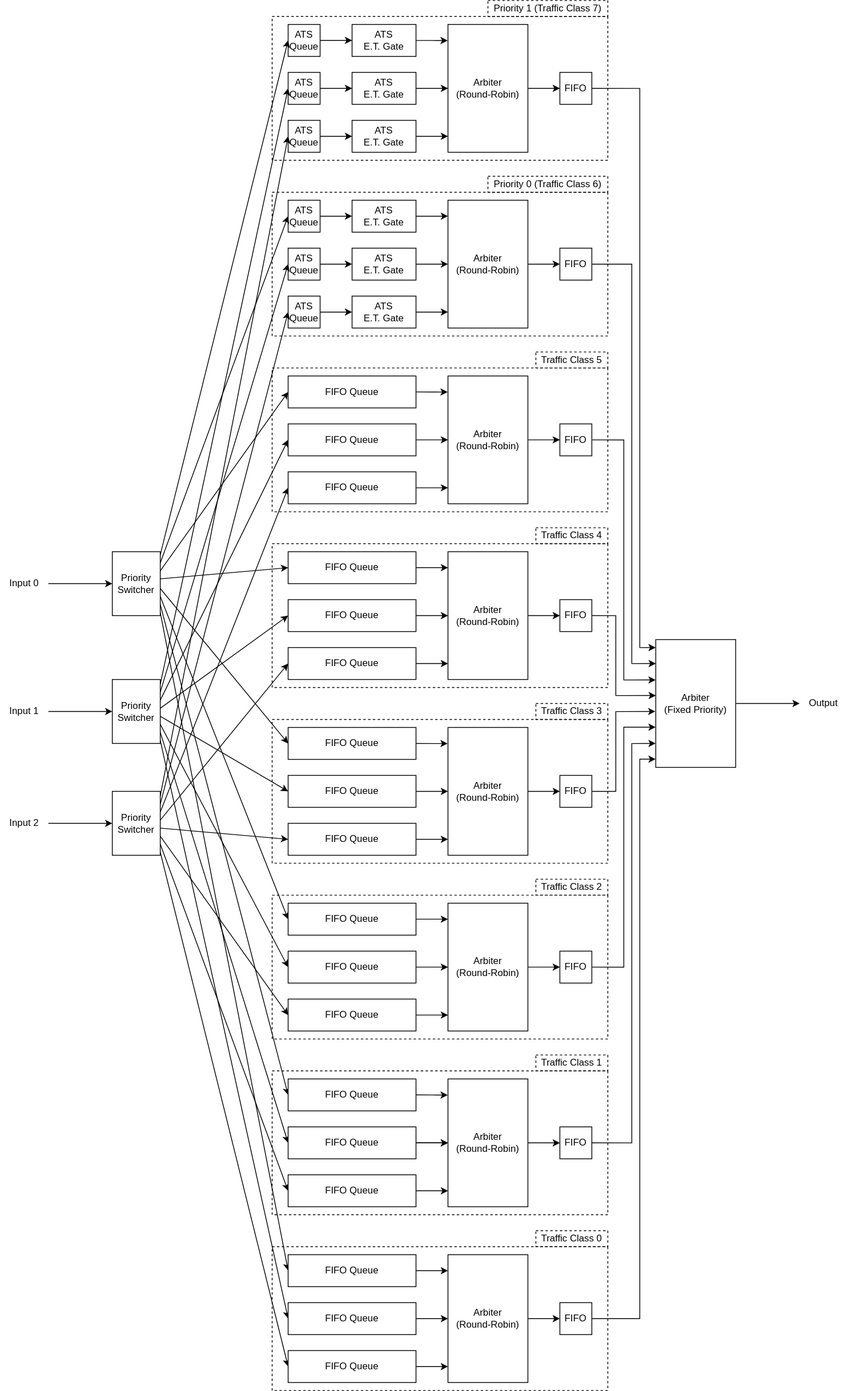
Earlier version of the draw.io export docs/ats-switch/blocks/img/ats_block_overview.drawio.svg (CCIRT/aist-tsn-switch). Source tidied: cells renumbered, new cells last; positions are measured from the earlier drawing's top-left corner, leaving out a move shared by most shapes.
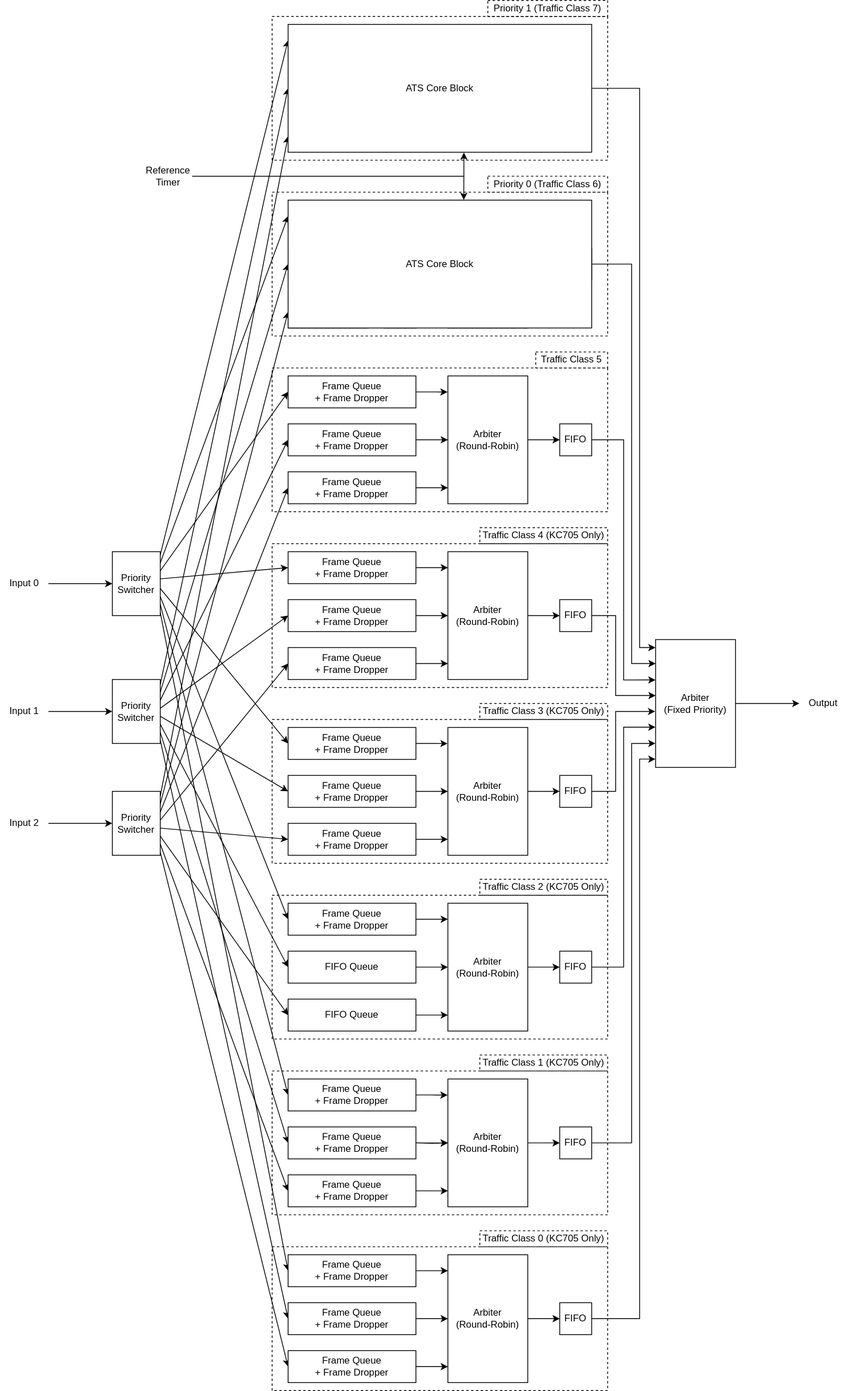
After the change.

What changed in the source:
```diff
@@ -106,7 +106,7 @@
     </mxCell>
-    <mxCell id="29" value="Traffic Class 4" style="rounded=0;whiteSpace=wrap;html=1;fillColor=none;dashed=1;" parent="1" vertex="1">
-      <mxGeometry x="670" y="660" width="90" height="20" as="geometry" />
+    <mxCell id="29" value="Traffic Class 4 (KC705 Only)" style="rounded=0;whiteSpace=wrap;html=1;fillColor=none;dashed=1;" parent="1" vertex="1">
+      <mxGeometry x="600" y="660" width="160" height="20" as="geometry" />
     </mxCell>
-    <mxCell id="30" value="Traffic Class 3" style="rounded=0;whiteSpace=wrap;html=1;fillColor=none;dashed=1;" parent="1" vertex="1">
-      <mxGeometry x="670" y="880" width="90" height="20" as="geometry" />
+    <mxCell id="30" value="Traffic Class 3 (KC705 Only)" style="rounded=0;whiteSpace=wrap;html=1;fillColor=none;dashed=1;" parent="1" vertex="1">
+      <mxGeometry x="600" y="880" width="160" height="20" as="geometry" />
     </mxCell>
@@ -138,7 +138,7 @@
     </mxCell>
-    <mxCell id="39" value="Traffic Class 2" style="rounded=0;whiteSpace=wrap;html=1;fillColor=none;dashed=1;" parent="1" vertex="1">
-      <mxGeometry x="670" y="1100" width="90" height="20" as="geometry" />
+    <mxCell id="39" value="Traffic Class 2 (KC705 Only)" style="rounded=0;whiteSpace=wrap;html=1;fillColor=none;dashed=1;" parent="1" vertex="1">
+      <mxGeometry x="600" y="1100" width="160" height="20" as="geometry" />
     </mxCell>
-    <mxCell id="40" value="Traffic Class 1" style="rounded=0;whiteSpace=wrap;html=1;fillColor=none;dashed=1;" parent="1" vertex="1">
-      <mxGeometry x="670" y="1320" width="90" height="20" as="geometry" />
+    <mxCell id="40" value="Traffic Class 1 (KC705 Only)" style="rounded=0;whiteSpace=wrap;html=1;fillColor=none;dashed=1;" parent="1" vertex="1">
+      <mxGeometry x="600" y="1320" width="160" height="20" as="geometry" />
     </mxCell>
@@ -153,38 +153,2 @@
     </mxCell>
-    <mxCell id="44" style="edgeStyle=orthogonalEdgeStyle;rounded=0;html=1;entryX=-0.004;entryY=0.126;entryDx=0;entryDy=0;entryPerimeter=0;" parent="1" edge="1" source="45" target="57">
-      <mxGeometry relative="1" as="geometry" />
-    </mxCell>
-    <mxCell id="45" value="ATS&lt;br&gt;E.T. Gate" style="rounded=0;whiteSpace=wrap;html=1;" parent="1" vertex="1">
-      <mxGeometry x="440" y="30" width="80" height="40" as="geometry" />
-    </mxCell>
-    <mxCell id="46" style="edgeStyle=orthogonalEdgeStyle;rounded=0;html=1;entryX=0;entryY=0.5;entryDx=0;entryDy=0;" parent="1" edge="1" source="47" target="57">
-      <mxGeometry relative="1" as="geometry" />
-    </mxCell>
-    <mxCell id="47" value="ATS&lt;br style=&quot;border-color: var(--border-color);&quot;&gt;E.T. Gate" style="rounded=0;whiteSpace=wrap;html=1;" parent="1" vertex="1">
-      <mxGeometry x="440" y="90" width="80" height="40" as="geometry" />
-    </mxCell>
-    <mxCell id="48" style="edgeStyle=orthogonalEdgeStyle;rounded=0;html=1;entryX=0;entryY=0.875;entryDx=0;entryDy=0;entryPerimeter=0;" parent="1" edge="1" source="49" target="57">
-      <mxGeometry relative="1" as="geometry" />
-    </mxCell>
-    <mxCell id="49" value="ATS&lt;br style=&quot;border-color: var(--border-color);&quot;&gt;E.T. Gate" style="rounded=0;whiteSpace=wrap;html=1;" parent="1" vertex="1">
-      <mxGeometry x="440" y="150" width="80" height="40" as="geometry" />
-    </mxCell>
-    <mxCell id="50" style="edgeStyle=none;html=1;" parent="1" edge="1" source="51" target="45">
-      <mxGeometry relative="1" as="geometry" />
-    </mxCell>
-    <mxCell id="51" value="ATS Queue" style="rounded=0;whiteSpace=wrap;html=1;" parent="1" vertex="1">
-      <mxGeometry x="360" y="30" width="40" height="40" as="geometry" />
-    </mxCell>
-    <mxCell id="52" style="edgeStyle=none;html=1;entryX=0;entryY=0.5;entryDx=0;entryDy=0;" parent="1" edge="1" source="53" target="47">
-      <mxGeometry relative="1" as="geometry" />
-    </mxCell>
-    <mxCell id="53" value="ATS Queue" style="rounded=0;whiteSpace=wrap;html=1;" parent="1" vertex="1">
-      <mxGeometry x="360" y="90" width="40" height="40" as="geometry" />
-    </mxCell>
-    <mxCell id="54" style="edgeStyle=none;html=1;entryX=0;entryY=0.5;entryDx=0;entryDy=0;" parent="1" edge="1" source="55" target="49">
-      <mxGeometry relative="1" as="geometry" />
-    </mxCell>
-    <mxCell id="55" value="ATS Queue" style="rounded=0;whiteSpace=wrap;html=1;" parent="1" vertex="1">
-      <mxGeometry x="360" y="150" width="40" height="40" as="geometry" />
-    </mxCell>
     <mxCell id="56" value="Arbiter&lt;br&gt;(Round-Robin)" style="rounded=0;whiteSpace=wrap;html=1;" parent="1" vertex="1">
@@ -192,7 +156,4 @@
     </mxCell>
-    <mxCell id="57" value="Arbiter&lt;br&gt;(Round-Robin)" style="rounded=0;whiteSpace=wrap;html=1;" parent="1" vertex="1">
-      <mxGeometry x="560" y="30" width="100" height="160" as="geometry" />
-    </mxCell>
-    <mxCell id="58" value="Traffic Class 0" style="rounded=0;whiteSpace=wrap;html=1;fillColor=none;dashed=1;" parent="1" vertex="1">
-      <mxGeometry x="670" y="1540" width="90" height="20" as="geometry" />
+    <mxCell id="58" value="Traffic Class 0 (KC705 Only)" style="rounded=0;whiteSpace=wrap;html=1;fillColor=none;dashed=1;" parent="1" vertex="1">
+      <mxGeometry x="600" y="1540" width="160" height="20" as="geometry" />
     </mxCell>
@@ -204,4 +165,4 @@
     </mxCell>
-    <mxCell id="61" value="ATS Queue" style="rounded=0;whiteSpace=wrap;html=1;" parent="1" vertex="1">
-      <mxGeometry x="360" y="250" width="40" height="40" as="geometry" />
+    <mxCell id="61" value="&lt;span style=&quot;color: rgb(0, 0, 0);&quot;&gt;Scheduler&lt;/span&gt;&lt;div&gt;(KC705 only)&lt;/div&gt;" style="rounded=0;whiteSpace=wrap;html=1;" parent="1" vertex="1">
+      <mxGeometry x="360" y="250" width="100" height="40" as="geometry" />
     </mxCell>
@@ -210,4 +171,4 @@
     </mxCell>
-    <mxCell id="63" value="ATS Queue" style="rounded=0;whiteSpace=wrap;html=1;" parent="1" vertex="1">
-      <mxGeometry x="360" y="310" width="40" height="40" as="geometry" />
+    <mxCell id="63" value="&lt;span style=&quot;color: rgb(0, 0, 0);&quot;&gt;Scheduler&lt;/span&gt;&lt;div&gt;(KC705 only)&lt;/div&gt;" style="rounded=0;whiteSpace=wrap;html=1;" parent="1" vertex="1">
+      <mxGeometry x="360" y="310" width="100" height="40" as="geometry" />
     </mxCell>
@@ -216,4 +177,4 @@
     </mxCell>
-    <mxCell id="65" value="ATS&lt;br style=&quot;border-color: var(--border-color);&quot;&gt;E.T. Gate" style="rounded=0;whiteSpace=wrap;html=1;" parent="1" vertex="1">
-      <mxGeometry x="440" y="250" width="80" height="40" as="geometry" />
+    <mxCell id="65" value="ATS&lt;br&gt;Queue" style="rounded=0;whiteSpace=wrap;html=1;" parent="1" vertex="1">
+      <mxGeometry x="480" y="250" width="40" height="40" as="geometry" />
     </mxCell>
@@ -222,4 +183,4 @@
     </mxCell>
-    <mxCell id="67" value="ATS&lt;br style=&quot;border-color: var(--border-color);&quot;&gt;E.T. Gate" style="rounded=0;whiteSpace=wrap;html=1;" parent="1" vertex="1">
-      <mxGeometry x="440" y="310" width="80" height="40" as="geometry" />
+    <mxCell id="67" value="ATS&lt;br&gt;Queue" style="rounded=0;whiteSpace=wrap;html=1;" parent="1" vertex="1">
+      <mxGeometry x="480" y="310" width="40" height="40" as="geometry" />
     </mxCell>
@@ -228,4 +189,4 @@
     </mxCell>
-    <mxCell id="69" value="ATS&lt;br style=&quot;border-color: var(--border-color);&quot;&gt;E.T. Gate" style="rounded=0;whiteSpace=wrap;html=1;" parent="1" vertex="1">
-      <mxGeometry x="440" y="370" width="80" height="40" as="geometry" />
+    <mxCell id="69" value="ATS&lt;div&gt;Queue&lt;/div&gt;" style="rounded=0;whiteSpace=wrap;html=1;" parent="1" vertex="1">
+      <mxGeometry x="480" y="370" width="40" height="40" as="geometry" />
     </mxCell>
@@ -243,6 +204,6 @@
     </mxCell>
-    <mxCell id="74" value="ATS Queue" style="rounded=0;whiteSpace=wrap;html=1;" parent="1" vertex="1">
-      <mxGeometry x="360" y="370" width="40" height="40" as="geometry" />
+    <mxCell id="74" value="&lt;span style=&quot;color: rgb(0, 0, 0);&quot;&gt;Scheduler&lt;/span&gt;&lt;div&gt;(KC705 only)&lt;/div&gt;" style="rounded=0;whiteSpace=wrap;html=1;" parent="1" vertex="1">
+      <mxGeometry x="360" y="370" width="100" height="40" as="geometry" />
     </mxCell>
-    <mxCell id="75" value="Arbiter&lt;br&gt;(Round-Robin)" style="rounded=0;whiteSpace=wrap;html=1;" parent="1" vertex="1">
+    <mxCell id="75" value="&lt;div&gt;KC705:&amp;nbsp;&lt;/div&gt;Arbiter&lt;br&gt;(Minimum ET)&lt;div&gt;/&lt;/div&gt;&lt;div&gt;ZedBoard:&lt;/div&gt;&lt;div&gt;&lt;span style=&quot;color: rgb(0, 0, 0);&quot;&gt;Arbiter&lt;/span&gt;&lt;br&gt;&lt;span style=&quot;color: rgb(0, 0, 0);&quot;&gt;(Round-Robin)&lt;/span&gt;&lt;/div&gt;&lt;div&gt;&lt;br style=&quot;color: rgb(63, 63, 63);&quot;&gt;&lt;/div&gt;" style="rounded=0;whiteSpace=wrap;html=1;" parent="1" vertex="1">
       <mxGeometry x="560" y="250" width="100" height="160" as="geometry" />
@@ -333,5 +294,6 @@
     </mxCell>
-    <mxCell id="94" style="endArrow=classic;html=1;entryX=0;entryY=0.5;entryDx=0;entryDy=0;" parent="1" edge="1" target="53">
+    <mxCell id="94" style="endArrow=classic;html=1;entryX=0;entryY=0.5;entryDx=0;entryDy=0;" parent="1" edge="1">
       <mxGeometry relative="1" as="geometry">
         <mxPoint x="200" y="856" as="sourcePoint" />
+        <mxPoint x="360" y="110" as="targetPoint" />
       </mxGeometry>
@@ -353,10 +315,12 @@
     </mxCell>
-    <mxCell id="98" style="endArrow=classic;html=1;entryX=0;entryY=0.5;entryDx=0;entryDy=0;" parent="1" edge="1" target="55">
+    <mxCell id="98" style="endArrow=classic;html=1;entryX=0;entryY=0.5;entryDx=0;entryDy=0;" parent="1" edge="1">
       <mxGeometry relative="1" as="geometry">
         <mxPoint x="200" y="996" as="sourcePoint" />
+        <mxPoint x="360" y="170" as="targetPoint" />
       </mxGeometry>
     </mxCell>
-    <mxCell id="99" style="endArrow=classic;html=1;entryX=0;entryY=0.5;entryDx=0;entryDy=0;" parent="1" edge="1" target="51">
+    <mxCell id="99" style="endArrow=classic;html=1;entryX=0;entryY=0.5;entryDx=0;entryDy=0;" parent="1" edge="1">
       <mxGeometry relative="1" as="geometry">
         <mxPoint x="200" y="694" as="sourcePoint" />
+        <mxPoint x="360" y="50" as="targetPoint" />
       </mxGeometry>
@@ -378,4 +342,5 @@
     </mxCell>
-    <mxCell id="103" style="edgeStyle=orthogonalEdgeStyle;html=1;rounded=0;exitX=1;exitY=0.5;exitDx=0;exitDy=0;entryX=-0.002;entryY=0.125;entryDx=0;entryDy=0;entryPerimeter=0;" parent="1" edge="1" source="125">
+    <mxCell id="103" style="edgeStyle=orthogonalEdgeStyle;html=1;rounded=0;exitX=1;exitY=0.5;exitDx=0;exitDy=0;entryX=-0.002;entryY=0.125;entryDx=0;entryDy=0;entryPerimeter=0;" parent="1" edge="1">
       <mxGeometry relative="1" as="geometry">
+        <mxPoint x="740" y="110" as="sourcePoint" />
         <mxPoint x="819.8" y="810" as="targetPoint" />
@@ -456,5 +421,2 @@
     </mxCell>
-    <mxCell id="117" style="edgeStyle=none;html=1;entryX=0;entryY=0.5;entryDx=0;entryDy=0;exitX=1;exitY=0.5;exitDx=0;exitDy=0;" parent="1" edge="1" source="57" target="125">
-      <mxGeometry relative="1" as="geometry" />
-    </mxCell>
     <mxCell id="118" style="edgeStyle=none;html=1;entryX=0;entryY=0.5;entryDx=0;entryDy=0;exitX=1;exitY=0.5;exitDx=0;exitDy=0;" parent="1" edge="1" source="75" target="126">
@@ -480,5 +442,2 @@
     </mxCell>
-    <mxCell id="125" value="FIFO" style="rounded=0;whiteSpace=wrap;html=1;" parent="1" vertex="1">
-      <mxGeometry x="700" y="90" width="40" height="40" as="geometry" />
-    </mxCell>
     <mxCell id="126" value="FIFO" style="rounded=0;whiteSpace=wrap;html=1;" parent="1" vertex="1">
@@ -489,21 +448,21 @@
     </mxCell>
-    <mxCell id="128" value="FIFO Queue" style="rounded=0;whiteSpace=wrap;html=1;" parent="1" vertex="1">
+    <mxCell id="128" value="&lt;span style=&quot;color: rgb(0, 0, 0);&quot;&gt;Frame Queue&lt;/span&gt;&lt;br&gt;&lt;span style=&quot;color: rgb(0, 0, 0);&quot;&gt;+ Frame Dropper&lt;/span&gt;" style="rounded=0;whiteSpace=wrap;html=1;" parent="1" vertex="1">
       <mxGeometry x="360" y="690" width="160" height="40" as="geometry" />
     </mxCell>
-    <mxCell id="129" value="FIFO Queue" style="rounded=0;whiteSpace=wrap;html=1;" parent="1" vertex="1">
+    <mxCell id="129" value="&lt;span style=&quot;color: rgb(0, 0, 0);&quot;&gt;Frame Queue&lt;/span&gt;&lt;br&gt;&lt;span style=&quot;color: rgb(0, 0, 0);&quot;&gt;+ Frame Dropper&lt;/span&gt;" style="rounded=0;whiteSpace=wrap;html=1;" parent="1" vertex="1">
       <mxGeometry x="360" y="750" width="160" height="40" as="geometry" />
     </mxCell>
-    <mxCell id="130" value="FIFO Queue" style="rounded=0;whiteSpace=wrap;html=1;" parent="1" vertex="1">
+    <mxCell id="130" value="&lt;span style=&quot;color: rgb(0, 0, 0);&quot;&gt;Frame Queue&lt;/span&gt;&lt;br&gt;&lt;span style=&quot;color: rgb(0, 0, 0);&quot;&gt;+ Frame Dropper&lt;/span&gt;" style="rounded=0;whiteSpace=wrap;html=1;" parent="1" vertex="1">
       <mxGeometry x="360" y="810" width="160" height="40" as="geometry" />
     </mxCell>
-    <mxCell id="131" value="FIFO Queue" style="rounded=0;whiteSpace=wrap;html=1;" parent="1" vertex="1">
+    <mxCell id="131" value="&lt;span style=&quot;color: rgb(0, 0, 0);&quot;&gt;Frame Queue&lt;/span&gt;&lt;br&gt;&lt;span style=&quot;color: rgb(0, 0, 0);&quot;&gt;+ Frame Dropper&lt;/span&gt;" style="rounded=0;whiteSpace=wrap;html=1;" parent="1" vertex="1">
       <mxGeometry x="360" y="910" width="160" height="40" as="geometry" />
     </mxCell>
-    <mxCell id="132" value="FIFO Queue" style="rounded=0;whiteSpace=wrap;html=1;" parent="1" vertex="1">
+    <mxCell id="132" value="&lt;span style=&quot;color: rgb(0, 0, 0);&quot;&gt;Frame Queue&lt;/span&gt;&lt;br&gt;&lt;span style=&quot;color: rgb(0, 0, 0);&quot;&gt;+ Frame Dropper&lt;/span&gt;" style="rounded=0;whiteSpace=wrap;html=1;" parent="1" vertex="1">
       <mxGeometry x="360" y="970" width="160" height="40" as="geometry" />
     </mxCell>
-    <mxCell id="133" value="FIFO Queue" style="rounded=0;whiteSpace=wrap;html=1;" parent="1" vertex="1">
+    <mxCell id="133" value="&lt;span style=&quot;color: rgb(0, 0, 0);&quot;&gt;Frame Queue&lt;/span&gt;&lt;br&gt;&lt;span style=&quot;color: rgb(0, 0, 0);&quot;&gt;+ Frame Dropper&lt;/span&gt;" style="rounded=0;whiteSpace=wrap;html=1;" parent="1" vertex="1">
       <mxGeometry x="360" y="1030" width="160" height="40" as="geometry" />
     </mxCell>
-    <mxCell id="134" value="FIFO Queue" style="rounded=0;whiteSpace=wrap;html=1;" parent="1" vertex="1">
+    <mxCell id="134" value="&lt;span style=&quot;color: rgb(0, 0, 0);&quot;&gt;Frame Queue&lt;/span&gt;&lt;br&gt;&lt;span style=&quot;color: rgb(0, 0, 0);&quot;&gt;+ Frame Dropper&lt;/span&gt;" style="rounded=0;whiteSpace=wrap;html=1;" parent="1" vertex="1">
       <mxGeometry x="360" y="1130" width="160" height="40" as="geometry" />
@@ -516,3 +475,3 @@
     </mxCell>
-    <mxCell id="137" value="FIFO Queue" style="rounded=0;whiteSpace=wrap;html=1;" parent="1" vertex="1">
+    <mxCell id="137" value="&lt;span style=&quot;color: rgb(0, 0, 0);&quot;&gt;Frame Queue&lt;/span&gt;&lt;br&gt;&lt;span style=&quot;color: rgb(0, 0, 0);&quot;&gt;+ Frame Dropper&lt;/span&gt;" style="rounded=0;whiteSpace=wrap;html=1;" parent="1" vertex="1">
       <mxGeometry x="360" y="1350" width="160" height="40" as="geometry" />
@@ -522,26 +481,52 @@
     </mxCell>
-    <mxCell id="139" value="FIFO Queue" style="rounded=0;whiteSpace=wrap;html=1;" parent="1" vertex="1">
+    <mxCell id="139" value="&lt;span style=&quot;color: rgb(0, 0, 0);&quot;&gt;Frame Queue&lt;/span&gt;&lt;br&gt;&lt;span style=&quot;color: rgb(0, 0, 0);&quot;&gt;+ Frame Dropper&lt;/span&gt;" style="rounded=0;whiteSpace=wrap;html=1;" parent="1" vertex="1">
       <mxGeometry x="360" y="1410" width="160" height="40" as="geometry" />
     </mxCell>
-    <mxCell id="140" value="FIFO Queue" style="rounded=0;whiteSpace=wrap;html=1;" parent="1" vertex="1">
+    <mxCell id="140" value="&lt;span style=&quot;color: rgb(0, 0, 0);&quot;&gt;Frame Queue&lt;/span&gt;&lt;br&gt;&lt;span style=&quot;color: rgb(0, 0, 0);&quot;&gt;+ Frame Dropper&lt;/span&gt;" style="rounded=0;whiteSpace=wrap;html=1;" parent="1" vertex="1">
       <mxGeometry x="360" y="1470" width="160" height="40" as="geometry" />
     </mxCell>
-    <mxCell id="141" value="FIFO Queue" style="rounded=0;whiteSpace=wrap;html=1;" parent="1" vertex="1">
+    <mxCell id="141" value="&lt;span style=&quot;color: rgb(0, 0, 0);&quot;&gt;Frame Queue&lt;/span&gt;&lt;br&gt;&lt;span style=&quot;color: rgb(0, 0, 0);&quot;&gt;+ Frame Dropper&lt;/span&gt;" style="rounded=0;whiteSpace=wrap;html=1;" parent="1" vertex="1">
       <mxGeometry x="360" y="1570" width="160" height="40" as="geometry" />
     </mxCell>
-    <mxCell id="142" value="FIFO Queue" style="rounded=0;whiteSpace=wrap;html=1;" parent="1" vertex="1">
+    <mxCell id="142" value="&lt;span style=&quot;color: rgb(0, 0, 0);&quot;&gt;Frame Queue&lt;/span&gt;&lt;br&gt;&lt;span style=&quot;color: rgb(0, 0, 0);&quot;&gt;+ Frame Dropper&lt;/span&gt;" style="rounded=0;whiteSpace=wrap;html=1;" parent="1" vertex="1">
       <mxGeometry x="360" y="1630" width="160" height="40" as="geometry" />
     </mxCell>
-    <mxCell id="143" value="FIFO Queue" style="rounded=0;whiteSpace=wrap;html=1;" parent="1" vertex="1">
+    <mxCell id="143" value="&lt;span style=&quot;color: rgb(0, 0, 0);&quot;&gt;Frame Queue&lt;/span&gt;&lt;br&gt;&lt;span style=&quot;color: rgb(0, 0, 0);&quot;&gt;+ Frame Dropper&lt;/span&gt;" style="rounded=0;whiteSpace=wrap;html=1;" parent="1" vertex="1">
       <mxGeometry x="360" y="1690" width="160" height="40" as="geometry" />
     </mxCell>
-    <mxCell id="144" value="FIFO Queue" style="rounded=0;whiteSpace=wrap;html=1;" parent="1" vertex="1">
+    <mxCell id="144" value="Frame Queue&lt;br&gt;+ Frame Dropper" style="rounded=0;whiteSpace=wrap;html=1;" parent="1" vertex="1">
       <mxGeometry x="360" y="470" width="160" height="40" as="geometry" />
     </mxCell>
-    <mxCell id="145" value="FIFO Queue" style="rounded=0;whiteSpace=wrap;html=1;" parent="1" vertex="1">
+    <mxCell id="145" value="&lt;span style=&quot;color: rgb(0, 0, 0);&quot;&gt;Frame Queue&lt;/span&gt;&lt;br&gt;&lt;span style=&quot;color: rgb(0, 0, 0);&quot;&gt;+ Frame Dropper&lt;/span&gt;" style="rounded=0;whiteSpace=wrap;html=1;" parent="1" vertex="1">
       <mxGeometry x="360" y="530" width="160" height="40" as="geometry" />
     </mxCell>
-    <mxCell id="146" value="FIFO Queue" style="rounded=0;whiteSpace=wrap;html=1;" parent="1" vertex="1">
+    <mxCell id="146" value="&lt;span style=&quot;color: rgb(0, 0, 0);&quot;&gt;Frame Queue&lt;/span&gt;&lt;br&gt;&lt;span style=&quot;color: rgb(0, 0, 0);&quot;&gt;+ Frame Dropper&lt;/span&gt;" style="rounded=0;whiteSpace=wrap;html=1;" parent="1" vertex="1">
       <mxGeometry x="360" y="590" width="160" height="40" as="geometry" />
     </mxCell>
+    <mxCell id="147" style="endArrow=classic;html=1;entryX=0.199;entryY=-0.002;entryDx=0;entryDy=0;rounded=0;curved=0;entryPerimeter=0;" parent="1" edge="1" target="75">
+      <mxGeometry relative="1" as="geometry">
+        <mxPoint x="240" y="220" as="sourcePoint" />
+        <Array as="points">
+          <mxPoint x="580" y="220" />
+        </Array>
+      </mxGeometry>
+    </mxCell>
+    <mxCell id="148" style="endArrow=classic;html=1;entryX=0.201;entryY=1.003;entryDx=0;entryDy=0;rounded=0;curved=0;entryPerimeter=0;" parent="1" edge="1">
+      <mxGeometry relative="1" as="geometry">
+        <mxPoint x="240" y="220" as="sourcePoint" />
+        <mxPoint x="580.1" y="190.5" as="targetPoint" />
+        <Array as="points">
+          <mxPoint x="580" y="220" />
+        </Array>
+      </mxGeometry>
+    </mxCell>
+    <mxCell id="149" value="Reference&lt;br&gt;Timer" style="text;html=1;strokeColor=none;fillColor=none;align=center;verticalAlign=middle;whiteSpace=wrap;rounded=0;" parent="1" vertex="1">
+      <mxGeometry x="180" y="210" width="60" height="20" as="geometry" />
+    </mxCell>
+    <mxCell id="150" value="ATS Core Block" style="rounded=0;whiteSpace=wrap;html=1;" parent="1" vertex="1">
+      <mxGeometry x="360" y="30" width="380" height="160" as="geometry" />
+    </mxCell>
+    <mxCell id="151" value="ATS Core Block" style="rounded=0;whiteSpace=wrap;html=1;" parent="1" vertex="1">
+      <mxGeometry x="360" y="250" width="380" height="160" as="geometry" />
+    </mxCell>
   </root>
```
